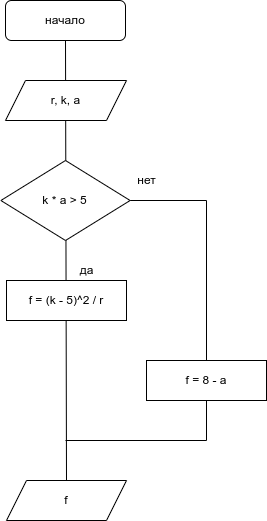
Earlier version of the draw.io export labs/lab3/схема.png (liubavabarsegian/Assembler-projects). Source tidied: cells renumbered, new cells last; positions are measured from the earlier drawing's top-left corner, leaving out a move shared by most shapes.
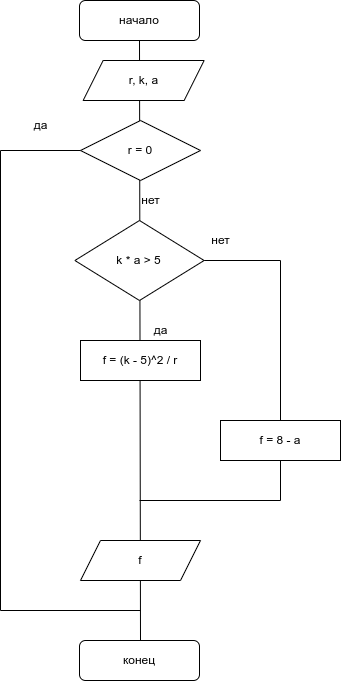
Later version of the same file.

Diff of the diagram source:
```diff
@@ -4,14 +4,14 @@
     <mxCell id="1" parent="0" />
     <mxCell id="2" style="endArrow=none;html=1;rounded=0;entryX=0.5;entryY=1;entryDx=0;entryDy=0;" parent="1" edge="1" target="4">
       <mxGeometry relative="1" as="geometry">
-        <mxPoint x="66" y="480" as="sourcePoint" />
+        <mxPoint x="66" y="580" as="sourcePoint" />
       </mxGeometry>
     </mxCell>
     <mxCell id="3" value="r, k, a" style="shape=parallelogram;perimeter=parallelogramPerimeter;whiteSpace=wrap;html=1;fixedSize=1;" parent="1" vertex="1">
-      <mxGeometry x="5" y="80" width="121" height="40" as="geometry" />
+      <mxGeometry x="8.6" width="121" height="40" as="geometry" />
     </mxCell>
     <mxCell id="4" value="начало" style="rounded=1;whiteSpace=wrap;html=1;" parent="1" vertex="1">
-      <mxGeometry x="5" width="120" height="40" as="geometry" />
+      <mxGeometry x="5" y="-60" width="120" height="40" as="geometry" />
     </mxCell>
     <mxCell id="5" value="k * a &amp;gt; 5" style="rhombus;whiteSpace=wrap;html=1;" parent="1" vertex="1">
       <mxGeometry x="0.4" y="160" width="129.2" height="80" as="geometry" />
@@ -40,5 +40,26 @@
     <mxCell id="11" value="f" style="shape=parallelogram;perimeter=parallelogramPerimeter;whiteSpace=wrap;html=1;fixedSize=1;" parent="1" vertex="1">
       <mxGeometry x="6" y="480" width="120" height="40" as="geometry" />
     </mxCell>
+    <mxCell id="12" value="r = 0" style="rhombus;whiteSpace=wrap;html=1;" parent="1" vertex="1">
+      <mxGeometry x="6" y="60" width="120" height="60" as="geometry" />
+    </mxCell>
+    <mxCell id="13" value="нет" style="text;html=1;align=center;verticalAlign=middle;strokeColor=none;fillColor=none;" parent="1" vertex="1">
+      <mxGeometry x="56" y="125" width="40" height="30" as="geometry" />
+    </mxCell>
+    <mxCell id="14" value="да&lt;br&gt;" style="text;html=1;align=center;verticalAlign=middle;strokeColor=none;fillColor=none;" parent="1" vertex="1">
+      <mxGeometry x="-54" y="50" width="40" height="30" as="geometry" />
+    </mxCell>
+    <mxCell id="15" style="endArrow=none;html=1;rounded=0;entryX=0;entryY=0.5;entryDx=0;entryDy=0;" parent="1" edge="1" target="12">
+      <mxGeometry relative="1" as="geometry">
+        <mxPoint x="66" y="550" as="sourcePoint" />
+        <Array as="points">
+          <mxPoint x="-74" y="550" />
+          <mxPoint x="-74" y="90" />
+        </Array>
+      </mxGeometry>
+    </mxCell>
+    <mxCell id="16" value="конец" style="rounded=1;whiteSpace=wrap;html=1;" parent="1" vertex="1">
+      <mxGeometry x="5" y="580" width="120" height="40" as="geometry" />
+    </mxCell>
   </root>
 </mxGraphModel>
```
